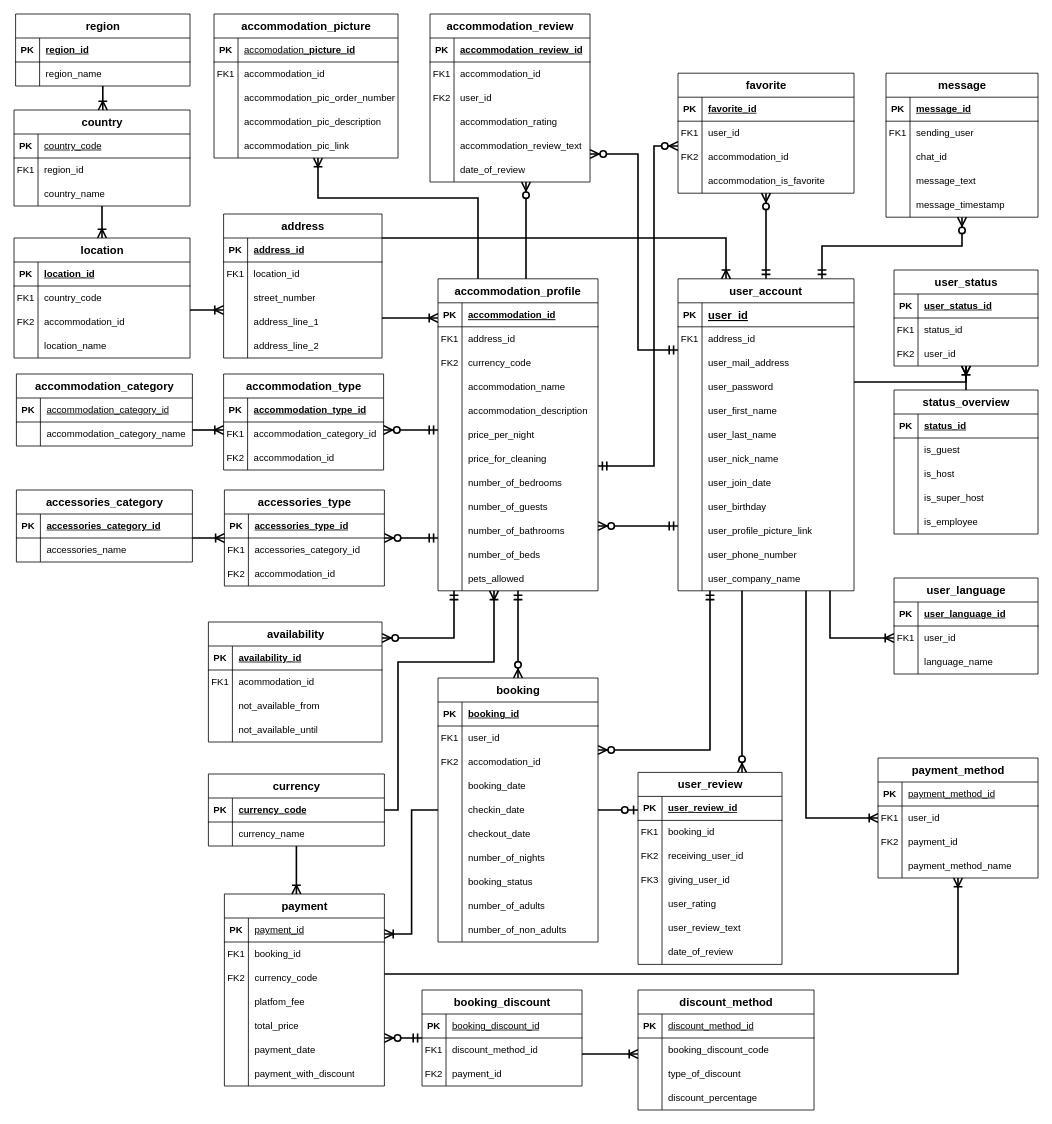
DaSteff91/SQL_Repo keeps this draw.io diagram as Steffbnb.drawio. Above is the earlier version. Source tidied: cells renumbered, new cells numbered last; positions are measured from the earlier drawing's top-left corner, leaving out a move shared by most shapes. Both pictures are drawn from the tidied source at 80%, with x=0, y=0 at pixel (14, 14).
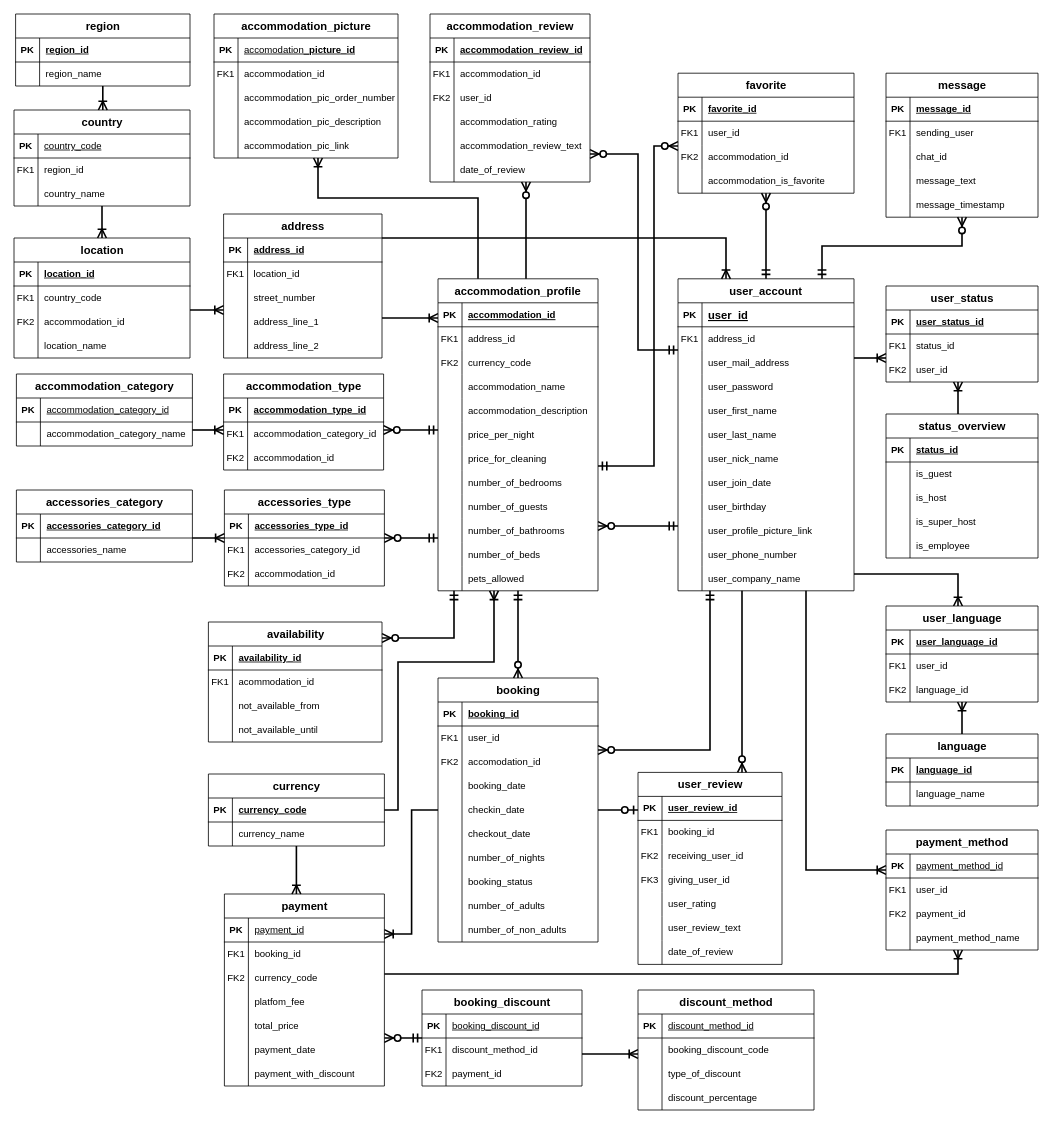
Above is the later version.

Commit message:
Added a joining table for user and languages

Unchanged cells that the change refers to:
```xml
<mxCell id="2" value="user_account" style="shape=table;startSize=30;childLayout=tableLayout;rowLines=0;fontStyle=1;align=center;fontSize=14;resizeLastRow=0;swimlaneHead=1;swimlaneBody=1;horizontal=1;portConstraintRotation=0;noLabel=0;labelBackgroundColor=none;" parent="1" vertex="1">
  <mxGeometry x="830" y="331" width="220" height="390" as="geometry" />
</mxCell>
```

Change to the diagram source:
```diff
@@
     <mxCell id="247" value="status_overview" style="shape=table;startSize=30;childLayout=tableLayout;rowLines=0;fontStyle=1;align=center;html=1;fontSize=14;labelBackgroundColor=none;" parent="1" vertex="1">
-      <mxGeometry x="1100" y="470" width="180" height="180" as="geometry" />
+      <mxGeometry x="1090" y="500" width="190" height="180" as="geometry" />
     </mxCell>
     <mxCell id="248" style="shape=tableRow;horizontal=0;startSize=0;swimlaneHead=0;swimlaneBody=0;fillColor=none;top=0;left=0;right=0;bottom=1;labelBackgroundColor=none;" parent="247" vertex="1">
-      <mxGeometry y="30" width="180" height="30" as="geometry" />
+      <mxGeometry y="30" width="190" height="30" as="geometry" />
     </mxCell>
@@
     <mxCell id="250" value="status_id" style="shape=partialRectangle;fillColor=none;top=0;left=0;bottom=0;right=0;align=left;spacingLeft=6;fontStyle=5;overflow=hidden;whiteSpace=wrap;html=1;labelBackgroundColor=none;" parent="248" vertex="1">
-      <mxGeometry x="30" width="150" height="30" as="geometry" />
+      <mxGeometry x="30" width="160" height="30" as="geometry" />
     </mxCell>
     <mxCell id="251" style="shape=tableRow;horizontal=0;startSize=0;swimlaneHead=0;swimlaneBody=0;fillColor=none;top=0;left=0;right=0;bottom=0;labelBackgroundColor=none;" parent="247" vertex="1">
-      <mxGeometry y="60" width="180" height="30" as="geometry" />
+      <mxGeometry y="60" width="190" height="30" as="geometry" />
     </mxCell>
@@
     <mxCell id="253" value="is_guest" style="shape=partialRectangle;fillColor=none;top=0;left=0;bottom=0;right=0;align=left;spacingLeft=6;overflow=hidden;whiteSpace=wrap;html=1;labelBackgroundColor=none;" parent="251" vertex="1">
-      <mxGeometry x="30" width="150" height="30" as="geometry" />
+      <mxGeometry x="30" width="160" height="30" as="geometry" />
     </mxCell>
     <mxCell id="254" style="shape=tableRow;horizontal=0;startSize=0;swimlaneHead=0;swimlaneBody=0;fillColor=none;top=0;left=0;right=0;bottom=0;labelBackgroundColor=none;" parent="247" vertex="1">
-      <mxGeometry y="90" width="180" height="30" as="geometry" />
+      <mxGeometry y="90" width="190" height="30" as="geometry" />
     </mxCell>
@@
     <mxCell id="256" value="is_host" style="shape=partialRectangle;fillColor=none;top=0;left=0;bottom=0;right=0;align=left;spacingLeft=6;overflow=hidden;whiteSpace=wrap;html=1;labelBackgroundColor=none;" parent="254" vertex="1">
-      <mxGeometry x="30" width="150" height="30" as="geometry" />
+      <mxGeometry x="30" width="160" height="30" as="geometry" />
     </mxCell>
     <mxCell id="257" style="shape=tableRow;horizontal=0;startSize=0;swimlaneHead=0;swimlaneBody=0;fillColor=none;top=0;left=0;right=0;bottom=0;labelBackgroundColor=none;" parent="247" vertex="1">
-      <mxGeometry y="120" width="180" height="30" as="geometry" />
+      <mxGeometry y="120" width="190" height="30" as="geometry" />
     </mxCell>
@@
     <mxCell id="259" value="is_super_host" style="shape=partialRectangle;fillColor=none;top=0;left=0;bottom=0;right=0;align=left;spacingLeft=6;overflow=hidden;whiteSpace=wrap;html=1;labelBackgroundColor=none;" parent="257" vertex="1">
-      <mxGeometry x="30" width="150" height="30" as="geometry" />
+      <mxGeometry x="30" width="160" height="30" as="geometry" />
     </mxCell>
     <mxCell id="260" style="shape=tableRow;horizontal=0;startSize=0;swimlaneHead=0;swimlaneBody=0;fillColor=none;top=0;left=0;right=0;bottom=0;labelBackgroundColor=none;" parent="247" vertex="1">
-      <mxGeometry y="150" width="180" height="30" as="geometry" />
+      <mxGeometry y="150" width="190" height="30" as="geometry" />
     </mxCell>
@@
     <mxCell id="262" value="is_employee" style="shape=partialRectangle;fillColor=none;top=0;left=0;bottom=0;right=0;align=left;spacingLeft=6;overflow=hidden;whiteSpace=wrap;html=1;labelBackgroundColor=none;" parent="260" vertex="1">
-      <mxGeometry x="30" width="150" height="30" as="geometry" />
+      <mxGeometry x="30" width="160" height="30" as="geometry" />
     </mxCell>
@@
     <mxCell id="266" value="user_status" style="shape=table;startSize=30;childLayout=tableLayout;rowLines=0;fontStyle=1;align=center;html=1;fontSize=14;labelBackgroundColor=none;" parent="1" vertex="1">
-      <mxGeometry x="1100" y="320" width="180" height="120" as="geometry" />
+      <mxGeometry x="1090" y="340" width="190" height="120" as="geometry" />
     </mxCell>
     <mxCell id="267" style="shape=tableRow;horizontal=0;startSize=0;swimlaneHead=0;swimlaneBody=0;fillColor=none;top=0;left=0;right=0;bottom=1;labelBackgroundColor=none;" parent="266" vertex="1">
-      <mxGeometry y="30" width="180" height="30" as="geometry" />
+      <mxGeometry y="30" width="190" height="30" as="geometry" />
     </mxCell>
@@
     <mxCell id="269" value="user_status_id" style="shape=partialRectangle;fillColor=none;top=0;left=0;bottom=0;right=0;align=left;spacingLeft=6;fontStyle=5;overflow=hidden;whiteSpace=wrap;html=1;labelBackgroundColor=none;" parent="267" vertex="1">
-      <mxGeometry x="30" width="150" height="30" as="geometry" />
+      <mxGeometry x="30" width="160" height="30" as="geometry" />
     </mxCell>
     <mxCell id="270" style="shape=tableRow;horizontal=0;startSize=0;swimlaneHead=0;swimlaneBody=0;fillColor=none;top=0;left=0;right=0;bottom=0;labelBackgroundColor=none;" parent="266" vertex="1">
-      <mxGeometry y="60" width="180" height="30" as="geometry" />
+      <mxGeometry y="60" width="190" height="30" as="geometry" />
     </mxCell>
@@
     <mxCell id="272" value="status_id" style="shape=partialRectangle;fillColor=none;top=0;left=0;bottom=0;right=0;align=left;spacingLeft=6;overflow=hidden;whiteSpace=wrap;html=1;labelBackgroundColor=none;" parent="270" vertex="1">
-      <mxGeometry x="30" width="150" height="30" as="geometry" />
+      <mxGeometry x="30" width="160" height="30" as="geometry" />
     </mxCell>
     <mxCell id="273" style="shape=tableRow;horizontal=0;startSize=0;swimlaneHead=0;swimlaneBody=0;fillColor=none;top=0;left=0;right=0;bottom=0;labelBackgroundColor=none;" parent="266" vertex="1">
-      <mxGeometry y="90" width="180" height="30" as="geometry" />
+      <mxGeometry y="90" width="190" height="30" as="geometry" />
     </mxCell>
@@
     <mxCell id="275" value="user_id" style="shape=partialRectangle;fillColor=none;top=0;left=0;bottom=0;right=0;align=left;spacingLeft=6;overflow=hidden;whiteSpace=wrap;html=1;labelBackgroundColor=none;" parent="273" vertex="1">
-      <mxGeometry x="30" width="150" height="30" as="geometry" />
+      <mxGeometry x="30" width="160" height="30" as="geometry" />
     </mxCell>
-    <mxCell id="276" style="edgeStyle=orthogonalEdgeStyle;fontSize=12;html=1;endArrow=ERoneToMany;rounded=0;startSize=8;endSize=8;strokeWidth=2;labelBackgroundColor=none;fontColor=default;" parent="1" edge="1" target="266">
+    <mxCell id="276" style="edgeStyle=orthogonalEdgeStyle;fontSize=12;html=1;endArrow=ERoneToMany;rounded=0;startSize=8;endSize=8;strokeWidth=2;labelBackgroundColor=none;fontColor=default;" parent="1" edge="1" source="2" target="266">
       <mxGeometry relative="1" as="geometry">
-        <mxPoint x="1050" y="460" as="sourcePoint" />
         <Array as="points">
-          <mxPoint x="1070" y="460" />
-          <mxPoint x="1070" y="460" />
+          <mxPoint x="1070" y="430" />
+          <mxPoint x="1070" y="430" />
         </Array>
       </mxGeometry>
     </mxCell>
@@
     <mxCell id="324" style="edgeStyle=orthogonalEdgeStyle;fontSize=12;html=1;endArrow=ERoneToMany;rounded=0;startSize=8;endSize=8;strokeWidth=2;labelBackgroundColor=none;fontColor=default;" parent="1" edge="1" source="2" target="395">
       <mxGeometry relative="1" as="geometry">
         <Array as="points">
-          <mxPoint x="990" y="1005" />
+          <mxPoint x="990" y="1070" />
         </Array>
       </mxGeometry>
     </mxCell>
@@
     <mxCell id="326" style="edgeStyle=orthogonalEdgeStyle;fontSize=12;html=1;endArrow=ERoneToMany;rounded=0;startSize=8;endSize=8;strokeWidth=2;labelBackgroundColor=none;fontColor=default;" parent="1" edge="1" source="247" target="266">
-      <mxGeometry relative="1" as="geometry" />
+      <mxGeometry relative="1" as="geometry">
+        <Array as="points">
+          <mxPoint x="1180" y="470" />
+          <mxPoint x="1180" y="470" />
+        </Array>
+      </mxGeometry>
     </mxCell>
@@
-    <mxCell id="330" value="user_language" style="shape=table;startSize=30;childLayout=tableLayout;rowLines=0;fontStyle=1;align=center;html=1;fontSize=14;labelBackgroundColor=none;" parent="1" vertex="1">
-      <mxGeometry x="1100" y="705" width="180" height="120" as="geometry" />
+    <mxCell id="330" value="language" style="shape=table;startSize=30;childLayout=tableLayout;rowLines=0;fontStyle=1;align=center;html=1;fontSize=14;labelBackgroundColor=none;" parent="1" vertex="1">
+      <mxGeometry x="1090" y="900" width="190" height="90" as="geometry" />
     </mxCell>
     <mxCell id="331" style="shape=tableRow;horizontal=0;startSize=0;swimlaneHead=0;swimlaneBody=0;fillColor=none;top=0;left=0;right=0;bottom=1;labelBackgroundColor=none;" parent="330" vertex="1">
-      <mxGeometry y="30" width="180" height="30" as="geometry" />
+      <mxGeometry y="30" width="190" height="30" as="geometry" />
     </mxCell>
@@
-    <mxCell id="333" value="user_language_id" style="shape=partialRectangle;fillColor=none;top=0;left=0;bottom=0;right=0;align=left;spacingLeft=6;fontStyle=5;overflow=hidden;whiteSpace=wrap;html=1;labelBackgroundColor=none;" parent="331" vertex="1">
-      <mxGeometry x="30" width="150" height="30" as="geometry" />
+    <mxCell id="333" value="language_id" style="shape=partialRectangle;fillColor=none;top=0;left=0;bottom=0;right=0;align=left;spacingLeft=6;fontStyle=5;overflow=hidden;whiteSpace=wrap;html=1;labelBackgroundColor=none;" parent="331" vertex="1">
+      <mxGeometry x="30" width="160" height="30" as="geometry" />
     </mxCell>
-    <mxCell id="334" style="shape=tableRow;horizontal=0;startSize=0;swimlaneHead=0;swimlaneBody=0;fillColor=none;top=0;left=0;right=0;bottom=0;labelBackgroundColor=none;" parent="330" vertex="1">
-      <mxGeometry y="60" width="180" height="30" as="geometry" />
-    </mxCell>
-    <mxCell id="335" value="FK1" style="shape=partialRectangle;fillColor=none;top=0;left=0;bottom=0;right=0;overflow=hidden;whiteSpace=wrap;html=1;labelBackgroundColor=none;" parent="334" vertex="1">
-      <mxGeometry width="30" height="30" as="geometry" />
-    </mxCell>
-    <mxCell id="336" value="user_id" style="shape=partialRectangle;fillColor=none;top=0;left=0;bottom=0;right=0;align=left;spacingLeft=6;overflow=hidden;whiteSpace=wrap;html=1;labelBackgroundColor=none;" parent="334" vertex="1">
-      <mxGeometry x="30" width="150" height="30" as="geometry" />
-    </mxCell>
     <mxCell id="337" style="shape=tableRow;horizontal=0;startSize=0;swimlaneHead=0;swimlaneBody=0;fillColor=none;top=0;left=0;right=0;bottom=0;labelBackgroundColor=none;" parent="330" vertex="1">
-      <mxGeometry y="90" width="180" height="30" as="geometry" />
+      <mxGeometry y="60" width="190" height="30" as="geometry" />
     </mxCell>
@@
     <mxCell id="339" value="language_name" style="shape=partialRectangle;fillColor=none;top=0;left=0;bottom=0;right=0;align=left;spacingLeft=6;overflow=hidden;whiteSpace=wrap;html=1;labelBackgroundColor=none;" parent="337" vertex="1">
-      <mxGeometry x="30" width="150" height="30" as="geometry" />
+      <mxGeometry x="30" width="160" height="30" as="geometry" />
     </mxCell>
-    <mxCell id="340" style="edgeStyle=orthogonalEdgeStyle;fontSize=12;html=1;endArrow=ERoneToMany;rounded=0;startSize=8;endSize=8;strokeWidth=2;labelBackgroundColor=none;fontColor=default;" parent="1" edge="1" source="2" target="330">
+    <mxCell id="340" style="edgeStyle=orthogonalEdgeStyle;fontSize=12;html=1;endArrow=ERoneToMany;rounded=0;startSize=8;endSize=8;strokeWidth=2;labelBackgroundColor=none;fontColor=default;" parent="1" edge="1" source="2" target="418">
       <mxGeometry relative="1" as="geometry">
         <Array as="points">
-          <mxPoint x="1020" y="780" />
+          <mxPoint x="1180" y="700" />
         </Array>
       </mxGeometry>
     </mxCell>
@@
     <mxCell id="395" value="payment_method" style="shape=table;startSize=30;childLayout=tableLayout;rowLines=0;fontStyle=1;align=center;html=1;fontSize=14;labelBackgroundColor=none;" parent="1" vertex="1">
-      <mxGeometry x="1080" y="930" width="200" height="150" as="geometry" />
+      <mxGeometry x="1090" y="1020" width="190" height="150" as="geometry" />
     </mxCell>
     <mxCell id="396" style="shape=tableRow;horizontal=0;startSize=0;swimlaneHead=0;swimlaneBody=0;fillColor=none;top=0;left=0;right=0;bottom=1;labelBackgroundColor=none;" parent="395" vertex="1">
-      <mxGeometry y="30" width="200" height="30" as="geometry" />
+      <mxGeometry y="30" width="190" height="30" as="geometry" />
     </mxCell>
@@
     <mxCell id="398" value="&lt;span style=&quot;font-weight: 400;&quot;&gt;payment_method_id&lt;/span&gt;" style="shape=partialRectangle;fillColor=none;top=0;left=0;bottom=0;right=0;align=left;spacingLeft=6;fontStyle=5;overflow=hidden;whiteSpace=wrap;html=1;labelBackgroundColor=none;" parent="396" vertex="1">
-      <mxGeometry x="30" width="170" height="30" as="geometry" />
+      <mxGeometry x="30" width="160" height="30" as="geometry" />
     </mxCell>
     <mxCell id="399" style="shape=tableRow;horizontal=0;startSize=0;swimlaneHead=0;swimlaneBody=0;fillColor=none;top=0;left=0;right=0;bottom=0;labelBackgroundColor=none;" parent="395" vertex="1">
-      <mxGeometry y="60" width="200" height="30" as="geometry" />
+      <mxGeometry y="60" width="190" height="30" as="geometry" />
     </mxCell>
@@
     <mxCell id="401" value="user_id" style="shape=partialRectangle;fillColor=none;top=0;left=0;bottom=0;right=0;align=left;spacingLeft=6;overflow=hidden;whiteSpace=wrap;html=1;labelBackgroundColor=none;" parent="399" vertex="1">
-      <mxGeometry x="30" width="170" height="30" as="geometry" />
+      <mxGeometry x="30" width="160" height="30" as="geometry" />
     </mxCell>
     <mxCell id="402" style="shape=tableRow;horizontal=0;startSize=0;swimlaneHead=0;swimlaneBody=0;fillColor=none;top=0;left=0;right=0;bottom=0;labelBackgroundColor=none;" parent="395" vertex="1">
-      <mxGeometry y="90" width="200" height="30" as="geometry" />
+      <mxGeometry y="90" width="190" height="30" as="geometry" />
     </mxCell>
@@
     <mxCell id="404" value="payment_id" style="shape=partialRectangle;fillColor=none;top=0;left=0;bottom=0;right=0;align=left;spacingLeft=6;overflow=hidden;whiteSpace=wrap;html=1;labelBackgroundColor=none;" parent="402" vertex="1">
-      <mxGeometry x="30" width="170" height="30" as="geometry" />
+      <mxGeometry x="30" width="160" height="30" as="geometry" />
     </mxCell>
     <mxCell id="405" style="shape=tableRow;horizontal=0;startSize=0;swimlaneHead=0;swimlaneBody=0;fillColor=none;top=0;left=0;right=0;bottom=0;labelBackgroundColor=none;" parent="395" vertex="1">
-      <mxGeometry y="120" width="200" height="30" as="geometry" />
+      <mxGeometry y="120" width="190" height="30" as="geometry" />
     </mxCell>
@@
     <mxCell id="407" value="payment_method_name" style="shape=partialRectangle;fillColor=none;top=0;left=0;bottom=0;right=0;align=left;spacingLeft=6;overflow=hidden;whiteSpace=wrap;html=1;labelBackgroundColor=none;" parent="405" vertex="1">
-      <mxGeometry x="30" width="170" height="30" as="geometry" />
+      <mxGeometry x="30" width="160" height="30" as="geometry" />
     </mxCell>
@@
+    <mxCell id="418" value="user_language" style="shape=table;startSize=30;childLayout=tableLayout;rowLines=0;fontStyle=1;align=center;html=1;fontSize=14;labelBackgroundColor=none;" parent="1" vertex="1">
+      <mxGeometry x="1090" y="740" width="190" height="120" as="geometry" />
+    </mxCell>
+    <mxCell id="419" style="shape=tableRow;horizontal=0;startSize=0;swimlaneHead=0;swimlaneBody=0;fillColor=none;top=0;left=0;right=0;bottom=1;labelBackgroundColor=none;" parent="418" vertex="1">
+      <mxGeometry y="30" width="190" height="30" as="geometry" />
+    </mxCell>
+    <mxCell id="420" value="PK" style="shape=partialRectangle;fillColor=none;top=0;left=0;bottom=0;right=0;fontStyle=1;overflow=hidden;whiteSpace=wrap;html=1;labelBackgroundColor=none;" parent="419" vertex="1">
+      <mxGeometry width="30" height="30" as="geometry" />
+    </mxCell>
+    <mxCell id="421" value="user_language_id" style="shape=partialRectangle;fillColor=none;top=0;left=0;bottom=0;right=0;align=left;spacingLeft=6;fontStyle=5;overflow=hidden;whiteSpace=wrap;html=1;labelBackgroundColor=none;" parent="419" vertex="1">
+      <mxGeometry x="30" width="160" height="30" as="geometry" />
+    </mxCell>
+    <mxCell id="422" style="shape=tableRow;horizontal=0;startSize=0;swimlaneHead=0;swimlaneBody=0;fillColor=none;top=0;left=0;right=0;bottom=0;labelBackgroundColor=none;" parent="418" vertex="1">
+      <mxGeometry y="60" width="190" height="30" as="geometry" />
+    </mxCell>
+    <mxCell id="335" value="FK1" style="shape=partialRectangle;fillColor=none;top=0;left=0;bottom=0;right=0;overflow=hidden;whiteSpace=wrap;html=1;labelBackgroundColor=none;" parent="422" vertex="1">
+      <mxGeometry width="30" height="30" as="geometry" />
+    </mxCell>
+    <mxCell id="336" value="user_id" style="shape=partialRectangle;fillColor=none;top=0;left=0;bottom=0;right=0;align=left;spacingLeft=6;overflow=hidden;whiteSpace=wrap;html=1;labelBackgroundColor=none;" parent="422" vertex="1">
+      <mxGeometry x="30" width="160" height="30" as="geometry" />
+    </mxCell>
+    <mxCell id="423" style="shape=tableRow;horizontal=0;startSize=0;swimlaneHead=0;swimlaneBody=0;fillColor=none;top=0;left=0;right=0;bottom=0;labelBackgroundColor=none;" parent="418" vertex="1">
+      <mxGeometry y="90" width="190" height="30" as="geometry" />
+    </mxCell>
+    <mxCell id="424" value="FK2" style="shape=partialRectangle;fillColor=none;top=0;left=0;bottom=0;right=0;overflow=hidden;whiteSpace=wrap;html=1;labelBackgroundColor=none;" parent="423" vertex="1">
+      <mxGeometry width="30" height="30" as="geometry" />
+    </mxCell>
+    <mxCell id="425" value="language_id" style="shape=partialRectangle;fillColor=none;top=0;left=0;bottom=0;right=0;align=left;spacingLeft=6;overflow=hidden;whiteSpace=wrap;html=1;labelBackgroundColor=none;" parent="423" vertex="1">
+      <mxGeometry x="30" width="160" height="30" as="geometry" />
+    </mxCell>
+    <mxCell id="426" style="edgeStyle=orthogonalEdgeStyle;fontSize=12;html=1;endArrow=ERoneToMany;rounded=0;startSize=8;endSize=8;strokeWidth=2;labelBackgroundColor=none;fontColor=default;" parent="1" edge="1" source="330" target="418">
+      <mxGeometry relative="1" as="geometry">
+        <Array as="points">
+          <mxPoint x="1180" y="820" />
+          <mxPoint x="1180" y="820" />
+        </Array>
+      </mxGeometry>
+    </mxCell>
```
